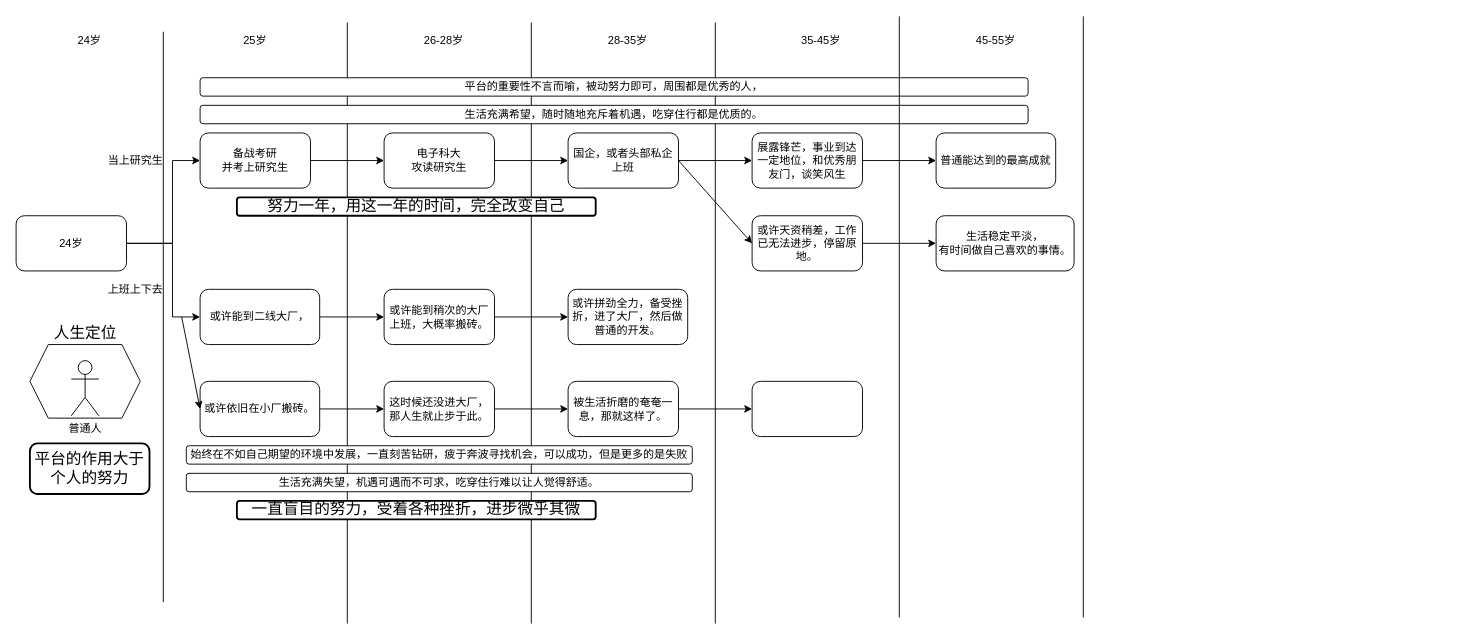
Earlier version of the draw.io diagram 利弊权衡极致版.drawio (EasternCabbage/draw.io). Source tidied: cells renumbered, new cells numbered last; positions are measured from the earlier drawing's top-left corner, leaving out a move shared by most shapes. Both pictures are drawn from the tidied source at 92%, with x=0, y=0 at pixel (16, 16).
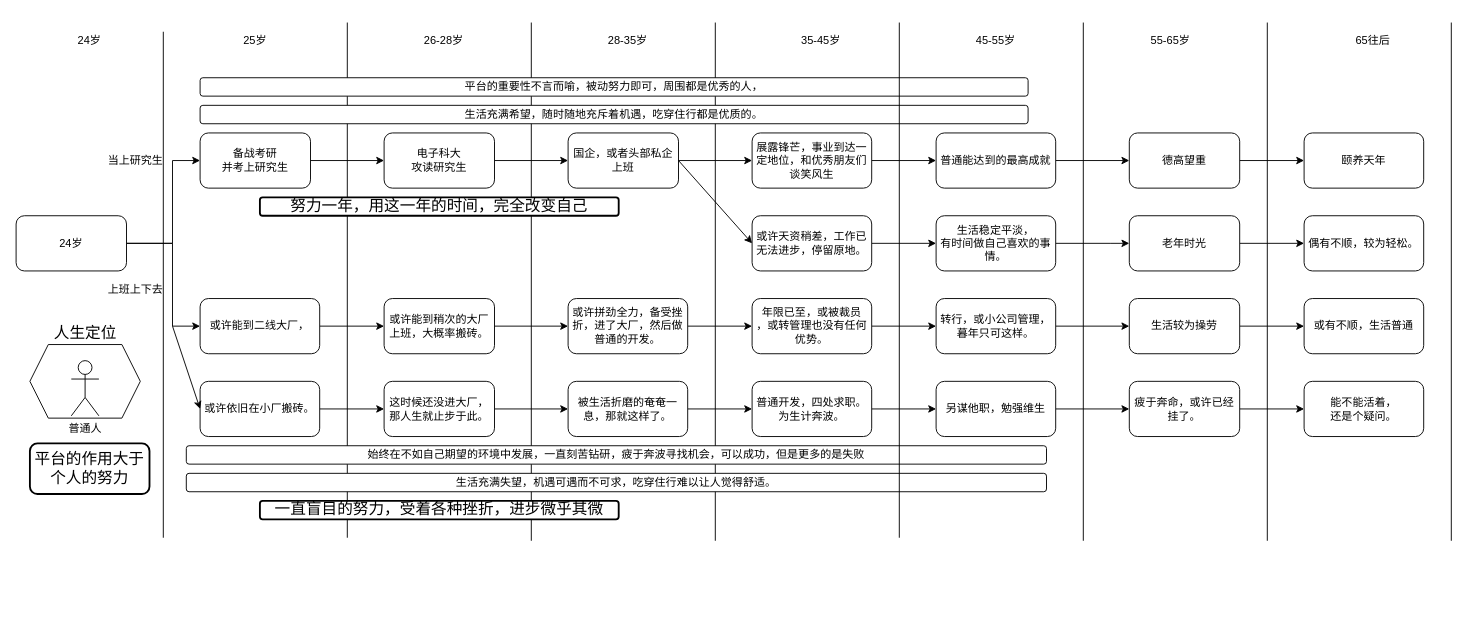
After the change.

Commit message (it also covers changes not shown here):
Update 利弊权衡极致版.drawio

Unchanged cells that the change refers to:
```xml
<mxCell id="4" value="24岁" style="rounded=1;whiteSpace=wrap;html=1;" parent="1" vertex="1">
  <mxGeometry y="217" width="120" height="60" as="geometry" />
</mxCell>
<mxCell id="32" value="&lt;span&gt;或许依旧在小厂搬砖。&lt;/span&gt;" style="rounded=1;whiteSpace=wrap;html=1;" parent="1" vertex="1">
  <mxGeometry x="200" y="397" width="130" height="60" as="geometry" />
</mxCell>
<mxCell id="53" value="普通能达到的最高成就" style="whiteSpace=wrap;html=1;rounded=1;" parent="1" vertex="1">
  <mxGeometry x="1000" y="127" width="130" height="60" as="geometry" />
</mxCell>
```

Diff of the diagram source:
```diff
@@
     <mxCell id="3" style="edgeStyle=orthogonalEdgeStyle;rounded=0;jettySize=auto;html=1;entryX=0;entryY=0.5;entryDx=0;entryDy=0;" parent="1" edge="1" source="4" target="10">
       <mxGeometry relative="1" as="geometry">
         <Array as="points">
           <mxPoint x="170" y="247" />
-          <mxPoint x="170" y="327" />
+          <mxPoint x="170" y="337" />
         </Array>
       </mxGeometry>
     </mxCell>
@@
     <mxCell id="5" style="endArrow=none;html=1;" parent="1" edge="1">
       <mxGeometry relative="1" as="geometry">
-        <mxPoint x="160" y="637" as="sourcePoint" />
+        <mxPoint x="160" y="567" as="sourcePoint" />
         <mxPoint x="160" y="17" as="targetPoint" />
       </mxGeometry>
     </mxCell>
@@
     <mxCell id="10" value="或许能到二线大厂，&lt;br&gt;" style="rounded=1;whiteSpace=wrap;html=1;" parent="1" vertex="1">
-      <mxGeometry x="200" y="297" width="130" height="60" as="geometry" />
+      <mxGeometry x="200" y="307" width="130" height="60" as="geometry" />
     </mxCell>
@@
     <mxCell id="12" style="endArrow=none;html=1;" parent="1" edge="1">
       <mxGeometry relative="1" as="geometry">
-        <mxPoint x="360" y="660.3" as="sourcePoint" />
+        <mxPoint x="360" y="567" as="sourcePoint" />
         <mxPoint x="360" y="7" as="targetPoint" />
       </mxGeometry>
     </mxCell>
@@
     <mxCell id="17" style="endArrow=none;html=1;" parent="1" edge="1">
       <mxGeometry relative="1" as="geometry">
-        <mxPoint x="560" y="660.3" as="sourcePoint" />
+        <mxPoint x="560" y="570.3" as="sourcePoint" />
         <mxPoint x="560" y="7" as="targetPoint" />
       </mxGeometry>
     </mxCell>
     <mxCell id="18" style="endArrow=none;html=1;" parent="1" edge="1">
       <mxGeometry relative="1" as="geometry">
-        <mxPoint x="760" y="660.3" as="sourcePoint" />
+        <mxPoint x="760" y="570.3" as="sourcePoint" />
         <mxPoint x="760" y="7" as="targetPoint" />
       </mxGeometry>
     </mxCell>
@@
     <mxCell id="23" value="或许能到稍次的大厂上班，大概率搬砖。&lt;br&gt;" style="whiteSpace=wrap;html=1;rounded=1;" parent="1" vertex="1">
-      <mxGeometry x="400" y="297" width="120" height="60" as="geometry" />
+      <mxGeometry x="400" y="307" width="120" height="60" as="geometry" />
     </mxCell>
@@
+    <mxCell id="55" style="edgeStyle=orthogonalEdgeStyle;rounded=0;jettySize=auto;html=1;fontSize=17;" parent="1" edge="1" source="25" target="60">
+      <mxGeometry relative="1" as="geometry" />
+    </mxCell>
     <mxCell id="25" value="或许拼劲全力，备受挫折，进了大厂，然后做普通的开发。" style="whiteSpace=wrap;html=1;rounded=1;" parent="1" vertex="1">
-      <mxGeometry x="600" y="297" width="130" height="60" as="geometry" />
+      <mxGeometry x="600" y="307" width="130" height="60" as="geometry" />
     </mxCell>
@@
     <mxCell id="30" value="&lt;span&gt;被生活折磨的奄奄一息，那就这样了。&lt;/span&gt;" style="whiteSpace=wrap;html=1;rounded=1;" parent="1" vertex="1">
-      <mxGeometry x="600" y="397" width="120" height="60" as="geometry" />
+      <mxGeometry x="600" y="397" width="130" height="60" as="geometry" />
     </mxCell>
@@
     <mxCell id="33" style="endArrow=classic;html=1;entryX=0;entryY=0.5;entryDx=0;entryDy=0;" parent="1" edge="1" target="32">
       <mxGeometry relative="1" as="geometry">
-        <mxPoint x="180" y="327" as="sourcePoint" />
+        <mxPoint x="170" y="337" as="sourcePoint" />
       </mxGeometry>
     </mxCell>
@@
     <mxCell id="37" value="始终在不如自己期望的环境中发展，一直刻苦钻研，疲于奔波寻找机会，可以成功，但是更多的是失败" style="rounded=1;whiteSpace=wrap;html=1;" parent="1" vertex="1">
-      <mxGeometry x="185" y="467" width="550" height="20" as="geometry" />
+      <mxGeometry x="185" y="467" width="935" height="20" as="geometry" />
     </mxCell>
     <mxCell id="38" value="努力一年，用这一年的时间，完全改变自己" style="rounded=1;whiteSpace=wrap;html=1;fontSize=17;strokeWidth=2;" parent="1" vertex="1">
-      <mxGeometry x="240" y="197" width="390" height="20" as="geometry" />
+      <mxGeometry x="265" y="197" width="390" height="20" as="geometry" />
     </mxCell>
@@
     <mxCell id="41" value="生活充满失望，机遇可遇而不可求，吃穿住行难以让人觉得舒适。" style="rounded=1;whiteSpace=wrap;html=1;" parent="1" vertex="1">
-      <mxGeometry x="185" y="497" width="550" height="20" as="geometry" />
+      <mxGeometry x="185" y="497" width="935" height="20" as="geometry" />
     </mxCell>
     <mxCell id="42" value="一直盲目的努力，受着各种挫折，进步微乎其微" style="rounded=1;whiteSpace=wrap;html=1;fontSize=17;strokeWidth=2;" parent="1" vertex="1">
-      <mxGeometry x="240" y="527" width="390" height="20" as="geometry" />
+      <mxGeometry x="265" y="527" width="390" height="20" as="geometry" />
     </mxCell>
@@
-    <mxCell id="44" value="展露锋芒，事业到达一定地位，和优秀朋友门，谈笑风生" style="whiteSpace=wrap;html=1;rounded=1;" parent="1" vertex="1">
-      <mxGeometry x="800" y="127" width="120" height="60" as="geometry" />
+    <mxCell id="44" value="展露锋芒，事业到达一定地位，和优秀朋友们谈笑风生" style="whiteSpace=wrap;html=1;rounded=1;" parent="1" vertex="1">
+      <mxGeometry x="800" y="127" width="130" height="60" as="geometry" />
     </mxCell>
+    <mxCell id="56" style="edgeStyle=orthogonalEdgeStyle;rounded=0;jettySize=auto;html=1;fontSize=17;" parent="1" edge="1" source="45" target="64">
+      <mxGeometry relative="1" as="geometry" />
+    </mxCell>
-    <mxCell id="45" style="whiteSpace=wrap;html=1;rounded=1;" parent="1" vertex="1">
-      <mxGeometry x="800" y="397" width="120" height="60" as="geometry" />
+    <mxCell id="45" value="普通开发，四处求职。&lt;br&gt;为生计奔波。" style="whiteSpace=wrap;html=1;rounded=1;" parent="1" vertex="1">
+      <mxGeometry x="800" y="397" width="130" height="60" as="geometry" />
     </mxCell>
@@
     <mxCell id="48" value="或许天资稍差，工作已无法进步，停留原地。" style="whiteSpace=wrap;html=1;rounded=1;" parent="1" vertex="1">
-      <mxGeometry x="800" y="217" width="120" height="60" as="geometry" />
+      <mxGeometry x="800" y="217" width="130" height="60" as="geometry" />
     </mxCell>
@@
     <mxCell id="50" style="endArrow=none;html=1;" parent="1" edge="1">
       <mxGeometry relative="1" as="geometry">
-        <mxPoint x="960" y="653.7" as="sourcePoint" />
-        <mxPoint x="960" y="0.3" as="targetPoint" />
+        <mxPoint x="960" y="567" as="sourcePoint" />
+        <mxPoint x="960" y="7" as="targetPoint" />
       </mxGeometry>
     </mxCell>
     <mxCell id="51" style="endArrow=none;html=1;" parent="1" edge="1">
       <mxGeometry relative="1" as="geometry">
-        <mxPoint x="1160" y="653.7" as="sourcePoint" />
-        <mxPoint x="1160" y="0.3" as="targetPoint" />
+        <mxPoint x="1160" y="570.3" as="sourcePoint" />
+        <mxPoint x="1160" y="7" as="targetPoint" />
       </mxGeometry>
     </mxCell>
@@
+    <mxCell id="57" style="edgeStyle=orthogonalEdgeStyle;rounded=0;jettySize=auto;html=1;fontSize=17;" parent="1" edge="1" source="53" target="70">
+      <mxGeometry relative="1" as="geometry" />
+    </mxCell>
@@
+    <mxCell id="58" style="edgeStyle=orthogonalEdgeStyle;rounded=0;jettySize=auto;html=1;entryX=0;entryY=0.5;entryDx=0;entryDy=0;fontSize=17;" parent="1" edge="1" source="54" target="66">
+      <mxGeometry relative="1" as="geometry">
+        <Array as="points">
+          <mxPoint x="1190" y="247" />
+          <mxPoint x="1190" y="247" />
+        </Array>
+      </mxGeometry>
+    </mxCell>
     <mxCell id="54" value="生活稳定平淡，&lt;br&gt;有时间做自己喜欢的事情。" style="whiteSpace=wrap;html=1;rounded=1;" parent="1" vertex="1">
-      <mxGeometry x="1000" y="217" width="150" height="60" as="geometry" />
+      <mxGeometry x="1000" y="217" width="130" height="60" as="geometry" />
     </mxCell>
+    <mxCell id="59" style="edgeStyle=orthogonalEdgeStyle;rounded=0;jettySize=auto;html=1;fontSize=17;" parent="1" edge="1" source="60" target="62">
+      <mxGeometry relative="1" as="geometry" />
+    </mxCell>
+    <mxCell id="60" value="年限已至，或被裁员&lt;br&gt;，或转管理也没有任何优势。" style="whiteSpace=wrap;html=1;rounded=1;" parent="1" vertex="1">
+      <mxGeometry x="800" y="307" width="130" height="60" as="geometry" />
+    </mxCell>
+    <mxCell id="61" style="edgeStyle=orthogonalEdgeStyle;rounded=0;jettySize=auto;html=1;fontSize=17;" parent="1" edge="1" source="62" target="72">
+      <mxGeometry relative="1" as="geometry" />
+    </mxCell>
+    <mxCell id="62" value="转行，或小公司管理，暮年只可这样。" style="whiteSpace=wrap;html=1;rounded=1;" parent="1" vertex="1">
+      <mxGeometry x="1000" y="307" width="130" height="60" as="geometry" />
+    </mxCell>
+    <mxCell id="63" style="edgeStyle=orthogonalEdgeStyle;rounded=0;jettySize=auto;html=1;fontSize=17;" parent="1" edge="1" source="64" target="74">
+      <mxGeometry relative="1" as="geometry" />
+    </mxCell>
+    <mxCell id="64" value="另谋他职，勉强维生" style="whiteSpace=wrap;html=1;rounded=1;" parent="1" vertex="1">
+      <mxGeometry x="1000" y="397" width="130" height="60" as="geometry" />
+    </mxCell>
+    <mxCell id="65" style="edgeStyle=orthogonalEdgeStyle;rounded=0;jettySize=auto;html=1;fontSize=17;" parent="1" edge="1" source="66" target="78">
+      <mxGeometry relative="1" as="geometry" />
+    </mxCell>
+    <mxCell id="66" value="老年时光" style="whiteSpace=wrap;html=1;rounded=1;" parent="1" vertex="1">
+      <mxGeometry x="1210" y="217" width="120" height="60" as="geometry" />
+    </mxCell>
+    <mxCell id="67" value="55-65岁" style="text;html=1;strokeColor=none;fillColor=none;align=center;verticalAlign=middle;whiteSpace=wrap;rounded=0;" parent="1" vertex="1">
+      <mxGeometry x="1230" y="17" width="50" height="20" as="geometry" />
+    </mxCell>
+    <mxCell id="68" style="endArrow=none;html=1;" parent="1" edge="1">
+      <mxGeometry relative="1" as="geometry">
+        <mxPoint x="1360" y="570.3" as="sourcePoint" />
+        <mxPoint x="1360" y="7" as="targetPoint" />
+      </mxGeometry>
+    </mxCell>
+    <mxCell id="69" style="edgeStyle=orthogonalEdgeStyle;rounded=0;jettySize=auto;html=1;fontSize=17;" parent="1" edge="1" source="70" target="75">
+      <mxGeometry relative="1" as="geometry" />
+    </mxCell>
+    <mxCell id="70" value="德高望重" style="whiteSpace=wrap;html=1;rounded=1;" parent="1" vertex="1">
+      <mxGeometry x="1210" y="127" width="120" height="60" as="geometry" />
+    </mxCell>
+    <mxCell id="71" style="edgeStyle=orthogonalEdgeStyle;rounded=0;jettySize=auto;html=1;fontSize=17;" parent="1" edge="1" source="72" target="79">
+      <mxGeometry relative="1" as="geometry" />
+    </mxCell>
+    <mxCell id="72" value="生活较为操劳" style="whiteSpace=wrap;html=1;rounded=1;" parent="1" vertex="1">
+      <mxGeometry x="1210" y="307" width="120" height="60" as="geometry" />
+    </mxCell>
+    <mxCell id="73" style="edgeStyle=orthogonalEdgeStyle;rounded=0;jettySize=auto;html=1;fontSize=17;" parent="1" edge="1" source="74" target="80">
+      <mxGeometry relative="1" as="geometry" />
+    </mxCell>
+    <mxCell id="74" value="疲于奔命，或许已经挂了。" style="whiteSpace=wrap;html=1;rounded=1;" parent="1" vertex="1">
+      <mxGeometry x="1210" y="397" width="120" height="60" as="geometry" />
+    </mxCell>
+    <mxCell id="75" value="颐养天年" style="whiteSpace=wrap;html=1;rounded=1;" parent="1" vertex="1">
+      <mxGeometry x="1400" y="127" width="130" height="60" as="geometry" />
+    </mxCell>
+    <mxCell id="76" value="65往后" style="text;html=1;strokeColor=none;fillColor=none;align=center;verticalAlign=middle;whiteSpace=wrap;rounded=0;" parent="1" vertex="1">
+      <mxGeometry x="1440" y="17" width="70" height="20" as="geometry" />
+    </mxCell>
+    <mxCell id="77" style="endArrow=none;html=1;" parent="1" edge="1">
+      <mxGeometry relative="1" as="geometry">
+        <mxPoint x="1560" y="570.3" as="sourcePoint" />
+        <mxPoint x="1560" y="7" as="targetPoint" />
+      </mxGeometry>
+    </mxCell>
+    <mxCell id="78" value="偶有不顺，较为轻松。" style="whiteSpace=wrap;html=1;rounded=1;" parent="1" vertex="1">
+      <mxGeometry x="1400" y="217" width="130" height="60" as="geometry" />
+    </mxCell>
+    <mxCell id="79" value="或有不顺，生活普通" style="whiteSpace=wrap;html=1;rounded=1;" parent="1" vertex="1">
+      <mxGeometry x="1400" y="307" width="130" height="60" as="geometry" />
+    </mxCell>
+    <mxCell id="80" value="能不能活着，&lt;br&gt;还是个疑问。" style="whiteSpace=wrap;html=1;rounded=1;" parent="1" vertex="1">
+      <mxGeometry x="1400" y="397" width="130" height="60" as="geometry" />
+    </mxCell>
```
